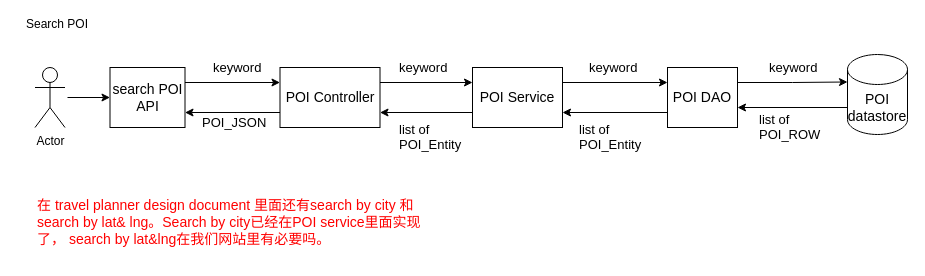
Before: page "Search Service" (4 of 6) of Designdiagram/SystemOverview.drawio in laifukun/FLAGCamp-Design, a draw.io diagram. Source tidied: cells renumbered, new cells numbered last; positions are measured from the earlier drawing's top-left corner, leaving out a move shared by most shapes. Both pictures are drawn from the tidied source at 100%, with x=0, y=0 at pixel (17, 19).
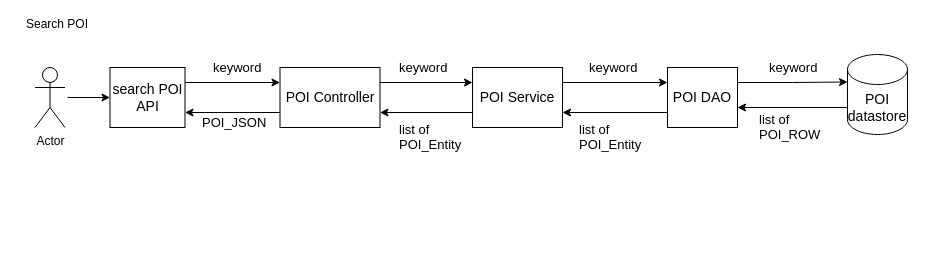
The same page after the edit.

Diff of the diagram source:
```diff
@@
-    <mxCell id="22" value="在 travel planner design document 里面还有search by city 和search by lat&amp;amp; lng。Search by city已经在POI service里面实现了， search by lat&amp;amp;lng在我们网站里有必要吗。" style="text;html=1;strokeColor=none;fillColor=none;align=left;verticalAlign=middle;whiteSpace=wrap;rounded=0;fontSize=14;fontColor=#FF0000;" parent="1" vertex="1">
-      <mxGeometry x="17.5" y="165" width="400" height="75" as="geometry" />
-    </mxCell>
```
